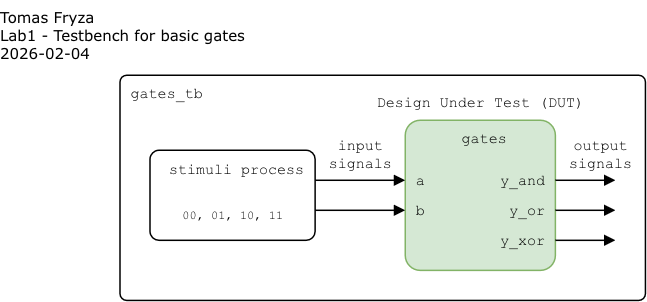
Above: lab1-gates/images/testbench.png in j-sikula/vhdl-course (draw.io), before the change. Source tidied: cells renumbered, new cells last; positions are measured from the earlier drawing's top-left corner, leaving out a move shared by most shapes.
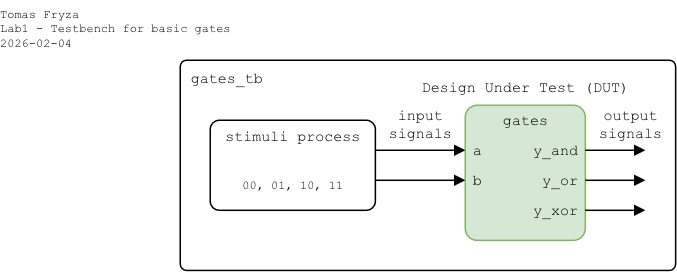
Later version of the same file.

Diff of the diagram source:
```diff
@@ -2,74 +2,74 @@
   <root>
     <mxCell id="0" />
     <mxCell id="1" parent="0" />
-    <mxCell id="2" value="gates_tb" style="rounded=1;arcSize=3;whiteSpace=wrap;html=1;align=left;verticalAlign=top;fontFamily=Courier New;absoluteArcSize=0;fillColor=none;fontSize=10;spacingLeft=5;imageHeight=24;" parent="1" vertex="1">
-      <mxGeometry x="80" y="50" width="350" height="150" as="geometry" />
+    <mxCell id="2" value="gates_tb" style="rounded=1;arcSize=3;whiteSpace=wrap;html=1;align=left;verticalAlign=top;fontFamily=Courier New;absoluteArcSize=0;fillColor=none;fontSize=10;spacingLeft=5;imageHeight=24;spacing=2;" parent="1" vertex="1">
+      <mxGeometry x="50" y="60" width="330" height="140" as="geometry" />
     </mxCell>
-    <mxCell id="3" value="gates" style="rounded=1;arcSize=10;align=center;verticalAlign=top;fontFamily=Courier New;absoluteArcSize=0;fillColor=#d5e8d4;fixDash=0;fontSize=10;spacingLeft=5;labelBorderColor=none;spacingTop=0;spacing=2;labelBackgroundColor=none;whiteSpace=wrap;html=1;strokeWidth=1;shadow=0;glass=0;strokeColor=#82b366;" parent="1" vertex="1">
-      <mxGeometry x="270" y="80" width="100" height="100" as="geometry" />
+    <mxCell id="3" value="gates" style="rounded=1;arcSize=10;align=center;verticalAlign=top;fontFamily=Courier New;absoluteArcSize=0;fillColor=#d5e8d4;fixDash=0;fontSize=10;spacingLeft=0;labelBorderColor=none;spacingTop=0;spacing=0;labelBackgroundColor=none;whiteSpace=wrap;html=1;strokeWidth=1;shadow=0;glass=0;strokeColor=#82b366;" parent="1" vertex="1">
+      <mxGeometry x="240" y="90" width="80" height="90" as="geometry" />
     </mxCell>
-    <mxCell id="4" value="b" style="text;html=1;align=left;verticalAlign=middle;whiteSpace=wrap;rounded=0;fontFamily=Courier New;fontSize=10;fillOpacity=100;spacingLeft=5;" parent="1" vertex="1">
-      <mxGeometry x="270" y="130" width="20" height="20" as="geometry" />
+    <mxCell id="4" value="b" style="text;html=1;align=left;verticalAlign=middle;whiteSpace=wrap;rounded=0;fontFamily=Courier New;fontSize=10;fillOpacity=100;spacingLeft=5;spacing=0;" parent="1" vertex="1">
+      <mxGeometry x="240" y="130" width="20" height="20" as="geometry" />
     </mxCell>
-    <mxCell id="5" value="a" style="text;html=1;align=left;verticalAlign=middle;whiteSpace=wrap;rounded=0;fontFamily=Courier New;fontSize=10;fillOpacity=100;spacing=2;spacingLeft=5;" parent="1" vertex="1">
-      <mxGeometry x="270" y="110" width="20" height="20" as="geometry" />
+    <mxCell id="5" value="a" style="text;html=1;align=left;verticalAlign=middle;whiteSpace=wrap;rounded=0;fontFamily=Courier New;fontSize=10;fillOpacity=100;spacing=0;spacingLeft=5;" parent="1" vertex="1">
+      <mxGeometry x="240" y="110" width="20" height="20" as="geometry" />
     </mxCell>
-    <mxCell id="6" value="y_and" style="text;html=1;align=right;verticalAlign=middle;whiteSpace=wrap;rounded=0;fontFamily=Courier New;fontSize=10;fillOpacity=100;spacing=2;spacingRight=5;" parent="1" vertex="1">
-      <mxGeometry x="310" y="110" width="60" height="20" as="geometry" />
+    <mxCell id="6" value="y_and" style="text;html=1;align=right;verticalAlign=middle;whiteSpace=wrap;rounded=0;fontFamily=Courier New;fontSize=10;fillOpacity=100;spacing=0;spacingRight=5;" parent="1" vertex="1">
+      <mxGeometry x="260" y="110" width="60" height="20" as="geometry" />
     </mxCell>
     <mxCell id="7" style="endArrow=block;html=1;rounded=0;endFill=1;endSize=5;startSize=5;" parent="1" edge="1">
       <mxGeometry relative="1" as="geometry">
-        <mxPoint x="210" y="120" as="sourcePoint" />
-        <mxPoint x="270" y="120" as="targetPoint" />
+        <mxPoint x="180" y="120" as="sourcePoint" />
+        <mxPoint x="240" y="120" as="targetPoint" />
       </mxGeometry>
     </mxCell>
     <mxCell id="8" style="endArrow=block;html=1;rounded=0;endFill=1;endSize=5;startSize=5;" parent="1" edge="1">
       <mxGeometry relative="1" as="geometry">
-        <mxPoint x="210" y="140" as="sourcePoint" />
-        <mxPoint x="270" y="140" as="targetPoint" />
+        <mxPoint x="180" y="140" as="sourcePoint" />
+        <mxPoint x="240" y="140" as="targetPoint" />
       </mxGeometry>
     </mxCell>
     <mxCell id="9" style="endArrow=block;html=1;rounded=0;endFill=1;orthogonal=1;endSize=5;startSize=5;" parent="1" edge="1">
       <mxGeometry relative="1" as="geometry">
-        <mxPoint x="370" y="140" as="sourcePoint" />
-        <mxPoint x="410" y="140" as="targetPoint" />
+        <mxPoint x="320" y="140" as="sourcePoint" />
+        <mxPoint x="360" y="140" as="targetPoint" />
       </mxGeometry>
     </mxCell>
     <mxCell id="10" style="endArrow=block;html=1;rounded=0;endFill=1;orthogonal=1;endSize=5;startSize=5;" parent="1" edge="1">
       <mxGeometry relative="1" as="geometry">
-        <mxPoint x="370" y="120" as="sourcePoint" />
-        <mxPoint x="410" y="120" as="targetPoint" />
+        <mxPoint x="320" y="120" as="sourcePoint" />
+        <mxPoint x="360" y="120" as="targetPoint" />
       </mxGeometry>
     </mxCell>
-    <mxCell id="11" value="y_or" style="text;html=1;align=right;verticalAlign=middle;whiteSpace=wrap;rounded=0;fontFamily=Courier New;fontSize=10;fillOpacity=100;spacing=2;spacingRight=5;" parent="1" vertex="1">
-      <mxGeometry x="310" y="130" width="60" height="20" as="geometry" />
+    <mxCell id="11" value="y_or" style="text;html=1;align=right;verticalAlign=middle;whiteSpace=wrap;rounded=0;fontFamily=Courier New;fontSize=10;fillOpacity=100;spacing=0;spacingRight=5;" parent="1" vertex="1">
+      <mxGeometry x="260" y="130" width="60" height="20" as="geometry" />
     </mxCell>
-    <mxCell id="12" value="y_xor" style="text;html=1;align=right;verticalAlign=middle;whiteSpace=wrap;rounded=0;fontFamily=Courier New;fontSize=10;fillOpacity=100;spacing=2;spacingRight=5;" parent="1" vertex="1">
-      <mxGeometry x="310" y="150" width="60" height="20" as="geometry" />
+    <mxCell id="12" value="y_xor" style="text;html=1;align=right;verticalAlign=middle;whiteSpace=wrap;rounded=0;fontFamily=Courier New;fontSize=10;fillOpacity=100;spacing=0;spacingRight=5;" parent="1" vertex="1">
+      <mxGeometry x="260" y="150" width="60" height="20" as="geometry" />
     </mxCell>
-    <mxCell id="13" value="stimuli process" style="rounded=1;arcSize=10;align=center;verticalAlign=top;fontFamily=Courier New;absoluteArcSize=0;fixDash=0;fontSize=10;spacingLeft=5;labelBorderColor=none;spacingTop=0;spacing=2;labelBackgroundColor=none;whiteSpace=wrap;html=1;strokeWidth=1;shadow=0;glass=0;fillColor=none;" parent="1" vertex="1">
-      <mxGeometry x="100" y="100" width="110" height="60" as="geometry" />
+    <mxCell id="13" value="stimuli process" style="rounded=1;arcSize=10;align=center;verticalAlign=top;fontFamily=Courier New;absoluteArcSize=0;fixDash=0;fontSize=10;spacingLeft=0;labelBorderColor=none;spacingTop=0;spacing=0;labelBackgroundColor=none;whiteSpace=wrap;html=1;strokeWidth=1;shadow=0;glass=0;fillColor=none;" parent="1" vertex="1">
+      <mxGeometry x="70" y="100" width="110" height="60" as="geometry" />
     </mxCell>
-    <mxCell id="14" value="input signals" style="text;html=1;align=center;verticalAlign=middle;whiteSpace=wrap;rounded=0;fontFamily=Courier New;fontSize=10;fillOpacity=100;spacing=2;spacingLeft=0;" parent="1" vertex="1">
-      <mxGeometry x="210" y="90" width="60" height="25" as="geometry" />
+    <mxCell id="14" value="input signals" style="text;html=1;align=center;verticalAlign=middle;whiteSpace=wrap;rounded=0;fontFamily=Courier New;fontSize=10;fillOpacity=100;spacing=0;spacingLeft=0;" parent="1" vertex="1">
+      <mxGeometry x="180" y="90" width="60" height="25" as="geometry" />
     </mxCell>
-    <mxCell id="15" value="output signals" style="text;html=1;align=center;verticalAlign=middle;whiteSpace=wrap;rounded=0;fontFamily=Courier New;fontSize=10;fillOpacity=100;spacing=2;spacingLeft=0;" parent="1" vertex="1">
-      <mxGeometry x="370" y="90" width="60" height="25" as="geometry" />
+    <mxCell id="15" value="output signals" style="text;html=1;align=center;verticalAlign=middle;whiteSpace=wrap;rounded=0;fontFamily=Courier New;fontSize=10;fillOpacity=100;spacing=0;spacingLeft=0;" parent="1" vertex="1">
+      <mxGeometry x="320" y="90" width="60" height="25" as="geometry" />
     </mxCell>
-    <mxCell id="16" value="Design Under Test (DUT)" style="text;html=1;align=center;verticalAlign=middle;whiteSpace=wrap;rounded=0;fontFamily=Courier New;fontSize=10;fillOpacity=100;spacing=2;spacingLeft=0;" parent="1" vertex="1">
-      <mxGeometry x="230" y="55" width="180" height="25" as="geometry" />
+    <mxCell id="16" value="Design Under Test (DUT)" style="text;html=1;align=center;verticalAlign=middle;whiteSpace=wrap;rounded=0;fontFamily=Courier New;fontSize=10;fillOpacity=100;spacing=0;spacingLeft=0;" parent="1" vertex="1">
+      <mxGeometry x="190" y="65" width="180" height="25" as="geometry" />
     </mxCell>
     <mxCell id="17" style="endArrow=block;html=1;rounded=0;endFill=1;orthogonal=1;endSize=5;startSize=5;" parent="1" edge="1">
       <mxGeometry relative="1" as="geometry">
-        <mxPoint x="370" y="160" as="sourcePoint" />
-        <mxPoint x="410" y="160" as="targetPoint" />
+        <mxPoint x="320" y="160" as="sourcePoint" />
+        <mxPoint x="360" y="160" as="targetPoint" />
       </mxGeometry>
     </mxCell>
-    <mxCell id="18" value="&lt;font style=&quot;font-size: 8px;&quot;&gt;00, 01, 10, 11&lt;/font&gt;" style="text;html=1;align=center;verticalAlign=middle;whiteSpace=wrap;rounded=0;fontFamily=Courier New;fontSize=10;fillOpacity=100;spacing=2;spacingLeft=0;" parent="1" vertex="1">
-      <mxGeometry x="110" y="130" width="90" height="25" as="geometry" />
+    <mxCell id="18" value="&lt;font style=&quot;font-size: 8px;&quot;&gt;00, 01, 10, 11&lt;/font&gt;" style="text;html=1;align=center;verticalAlign=middle;whiteSpace=wrap;rounded=0;fontFamily=Courier New;fontSize=10;fillOpacity=100;spacing=0;spacingLeft=0;" parent="1" vertex="1">
+      <mxGeometry x="80" y="130" width="90" height="25" as="geometry" />
     </mxCell>
-    <mxCell id="19" value="&lt;div&gt;Tomas Fryza&lt;/div&gt;&lt;div&gt;Lab1 - Testbench for basic gates&lt;/div&gt;&lt;div&gt;2026-02-04&lt;/div&gt;" style="text;html=1;align=left;verticalAlign=top;whiteSpace=wrap;rounded=0;fontFamily=Verdana;fontSize=10;fillOpacity=100;spacing=0;spacingLeft=0;labelPosition=center;verticalLabelPosition=middle;" parent="1" vertex="1">
-      <mxGeometry width="170" height="50" as="geometry" />
+    <mxCell id="19" value="&lt;div&gt;Tomas Fryza&lt;/div&gt;&lt;div&gt;Lab1 - Testbench for basic gates&lt;/div&gt;&lt;div&gt;2026-02-04&lt;/div&gt;" style="text;html=1;align=left;verticalAlign=top;whiteSpace=wrap;rounded=0;fontFamily=Courier New;fontSize=8;fillOpacity=100;spacing=0;spacingLeft=0;labelPosition=center;verticalLabelPosition=middle;" parent="1" vertex="1">
+      <mxGeometry x="-70" y="20" width="170" height="40" as="geometry" />
     </mxCell>
   </root>
 </mxGraphModel>
```
